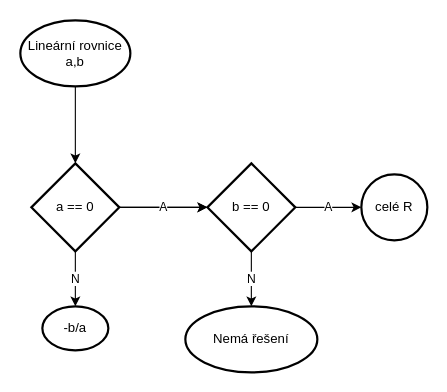
This is 2022_EPB/Algoritmy/VD/LinearniRovnice.drawio from JaroslavHolecek/SPS_for_students, a draw.io file, before an edit. Source tidied: cells renumbered, new cells numbered last; positions are measured from the earlier drawing's top-left corner, leaving out a move shared by most shapes. Both pictures are drawn from the tidied source at 110%, with x=0, y=0 at pixel (20, 20).
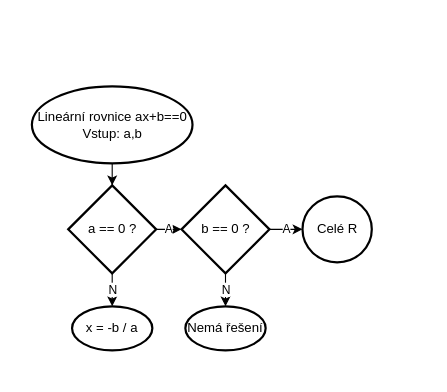
Above is the later version.

Commit message:
2022_EPA linearni rce

Change to the diagram source:
```diff
@@
 <mxGraphModel>
   <root>
     <mxCell id="0" />
     <mxCell id="1" parent="0" />
-    <mxCell id="2" style="edgeStyle=orthogonalEdgeStyle;rounded=0;jettySize=auto;html=1;" parent="1" edge="1" source="3" target="7">
-      <mxGeometry relative="1" as="geometry" />
-    </mxCell>
-    <mxCell id="3" value="&lt;div&gt;Lineární rovnice&lt;/div&gt;&lt;div&gt;a,b&lt;br&gt;&lt;/div&gt;" style="strokeWidth=2;html=1;shape=mxgraph.flowchart.start_1;whiteSpace=wrap;" parent="1" vertex="1">
-      <mxGeometry width="100" height="60" as="geometry" />
-    </mxCell>
-    <mxCell id="4" style="edgeStyle=orthogonalEdgeStyle;rounded=0;jettySize=auto;html=1;" parent="1" edge="1" source="7" target="10">
-      <mxGeometry relative="1" as="geometry" />
-    </mxCell>
-    <mxCell id="5" value="A" style="edgeStyle=orthogonalEdgeStyle;rounded=0;jettySize=auto;html=1;" parent="1" edge="1" source="7" target="10">
-      <mxGeometry relative="1" as="geometry" />
-    </mxCell>
-    <mxCell id="6" value="N" style="edgeStyle=orthogonalEdgeStyle;rounded=0;jettySize=auto;html=1;" parent="1" edge="1" source="7" target="13">
-      <mxGeometry relative="1" as="geometry" />
-    </mxCell>
-    <mxCell id="7" value="a == 0" style="rhombus;whiteSpace=wrap;html=1;strokeWidth=2;" parent="1" vertex="1">
-      <mxGeometry x="10" y="130" width="80" height="80" as="geometry" />
-    </mxCell>
-    <mxCell id="8" value="A" style="edgeStyle=orthogonalEdgeStyle;rounded=0;jettySize=auto;html=1;" parent="1" edge="1" source="10" target="11">
-      <mxGeometry relative="1" as="geometry" />
-    </mxCell>
-    <mxCell id="9" value="N" style="edgeStyle=orthogonalEdgeStyle;rounded=0;jettySize=auto;html=1;" parent="1" edge="1" source="10" target="12">
-      <mxGeometry relative="1" as="geometry" />
-    </mxCell>
-    <mxCell id="10" value="b == 0" style="rhombus;whiteSpace=wrap;html=1;strokeWidth=2;" parent="1" vertex="1">
-      <mxGeometry x="170" y="130" width="80" height="80" as="geometry" />
-    </mxCell>
-    <mxCell id="11" value="celé R" style="ellipse;whiteSpace=wrap;html=1;strokeWidth=2;" parent="1" vertex="1">
-      <mxGeometry x="310" y="140" width="60" height="60" as="geometry" />
-    </mxCell>
+    <mxCell id="14" style="edgeStyle=orthogonalEdgeStyle;rounded=0;jettySize=auto;html=1;" parent="1" edge="1" source="15" target="19">
+      <mxGeometry relative="1" as="geometry" />
+    </mxCell>
+    <mxCell id="15" value="Lineární rovnice ax+b==0&lt;br&gt;Vstup: a,b" style="strokeWidth=2;html=1;shape=mxgraph.flowchart.start_1;whiteSpace=wrap;" parent="1" vertex="1">
+      <mxGeometry x="10.5" y="60" width="146" height="70" as="geometry" />
+    </mxCell>
+    <mxCell id="16" value="x = -b / a" style="ellipse;whiteSpace=wrap;html=1;strokeWidth=2;" parent="1" vertex="1">
+      <mxGeometry x="47" y="260" width="73" height="40" as="geometry" />
+    </mxCell>
+    <mxCell id="17" value="N" style="edgeStyle=orthogonalEdgeStyle;rounded=0;jettySize=auto;html=1;entryX=0.5;entryY=0;entryDx=0;entryDy=0;" parent="1" edge="1" source="19" target="16">
+      <mxGeometry relative="1" as="geometry" />
+    </mxCell>
+    <mxCell id="18" value="A" style="edgeStyle=orthogonalEdgeStyle;rounded=0;jettySize=auto;html=1;" parent="1" edge="1" source="19" target="22">
+      <mxGeometry relative="1" as="geometry" />
+    </mxCell>
+    <mxCell id="19" value="a == 0 ?" style="rhombus;whiteSpace=wrap;html=1;strokeWidth=2;" parent="1" vertex="1">
+      <mxGeometry x="43.5" y="150" width="80" height="80" as="geometry" />
+    </mxCell>
+    <mxCell id="20" value="A" style="edgeStyle=orthogonalEdgeStyle;rounded=0;jettySize=auto;html=1;" parent="1" edge="1" source="22" target="23">
+      <mxGeometry relative="1" as="geometry" />
+    </mxCell>
+    <mxCell id="21" value="N" style="edgeStyle=orthogonalEdgeStyle;rounded=0;jettySize=auto;html=1;" parent="1" edge="1" source="22" target="12">
+      <mxGeometry relative="1" as="geometry" />
+    </mxCell>
+    <mxCell id="22" value="b == 0 ?" style="rhombus;whiteSpace=wrap;html=1;strokeWidth=2;" parent="1" vertex="1">
+      <mxGeometry x="146.5" y="150" width="80" height="80" as="geometry" />
+    </mxCell>
+    <mxCell id="23" value="Celé R" style="ellipse;whiteSpace=wrap;html=1;strokeWidth=2;" parent="1" vertex="1">
+      <mxGeometry x="256.5" y="160" width="63" height="60" as="geometry" />
+    </mxCell>
     <mxCell id="12" value="Nemá řešení" style="ellipse;whiteSpace=wrap;html=1;strokeWidth=2;" parent="1" vertex="1">
-      <mxGeometry x="150" y="260" width="120" height="60" as="geometry" />
+      <mxGeometry x="150" y="260" width="73" height="40" as="geometry" />
     </mxCell>
-    <mxCell id="13" value="-b/a" style="ellipse;whiteSpace=wrap;html=1;strokeWidth=2;" parent="1" vertex="1">
-      <mxGeometry x="20" y="260" width="60" height="40" as="geometry" />
-    </mxCell>
   </root>
 </mxGraphModel>
```
